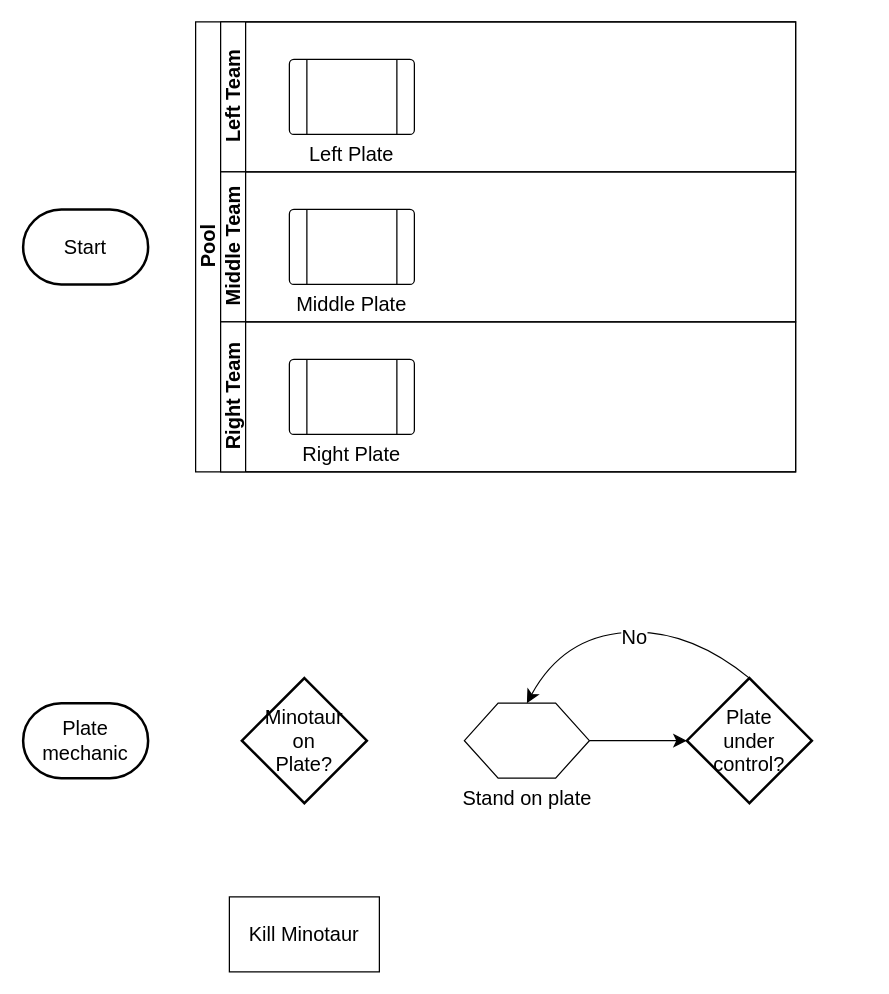
The draw.io diagram docs/Vault of Glass.drawio in Yogarine/grave.world, before the edit. Source tidied: cells renumbered, new cells numbered last; positions are measured from the earlier drawing's top-left corner, leaving out a move shared by most shapes. Both pictures are drawn from the tidied source at 125%, with x=0, y=0 at pixel (22, 21).
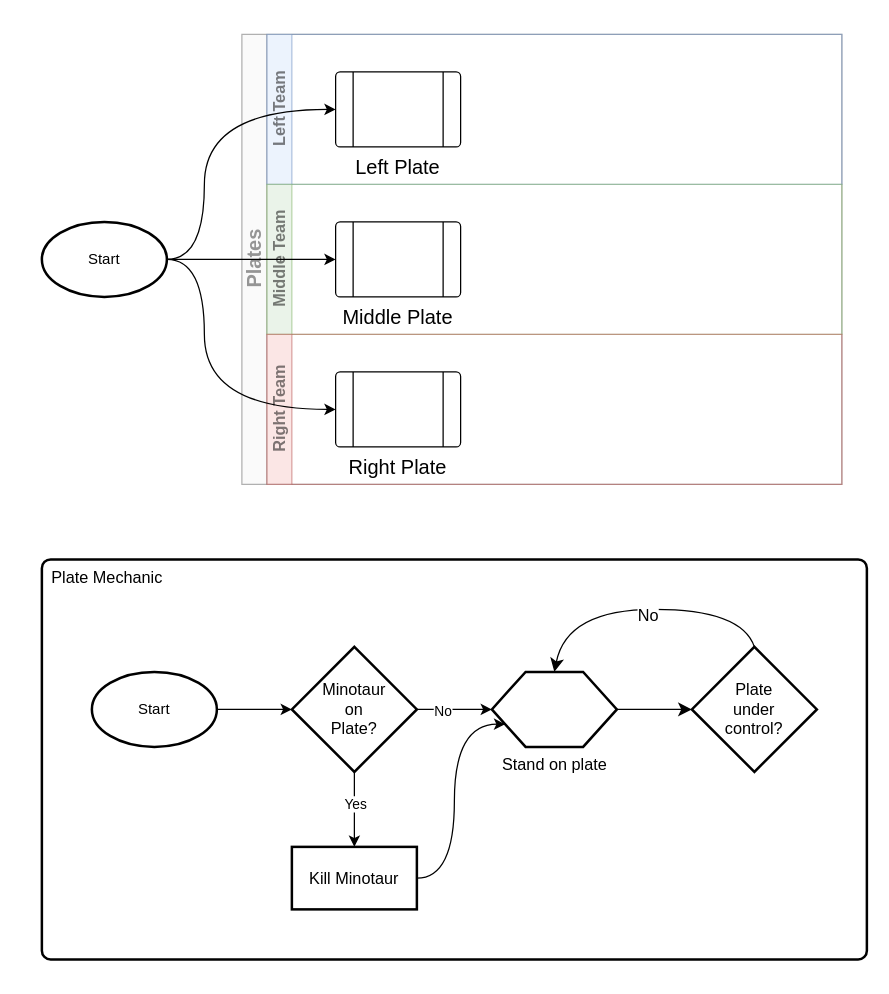
The same page after the edit.

The change refers to these unchanged cells:
```xml
<mxCell id="5" value="Left Plate" style="verticalLabelPosition=bottom;verticalAlign=top;html=1;shape=process;whiteSpace=wrap;rounded=1;size=0.14;arcSize=6;fontSize=16;" parent="4" vertex="1">
  <mxGeometry x="55" y="30" width="100" height="60" as="geometry" />
</mxCell>
<mxCell id="7" value="Middle Plate" style="verticalLabelPosition=bottom;verticalAlign=top;html=1;shape=process;whiteSpace=wrap;rounded=1;size=0.14;arcSize=6;fontSize=16;" parent="6" vertex="1">
  <mxGeometry x="55" y="30" width="100" height="60" as="geometry" />
</mxCell>
<mxCell id="9" value="Right Plate" style="verticalLabelPosition=bottom;verticalAlign=top;html=1;shape=process;whiteSpace=wrap;rounded=1;size=0.14;arcSize=6;fontSize=16;" parent="8" vertex="1">
  <mxGeometry x="55" y="30" width="100" height="60" as="geometry" />
</mxCell>
```

The edit, as a diff of the source:
```diff
@@
-    <mxCell id="2" value="Start" style="strokeWidth=2;html=1;shape=mxgraph.flowchart.terminator;whiteSpace=wrap;fontSize=16;" parent="1" vertex="1">
-      <mxGeometry y="150" width="100" height="60" as="geometry" />
-    </mxCell>
+    <mxCell id="18" value="Plate Mechanic" style="rounded=1;whiteSpace=wrap;html=1;absoluteArcSize=1;arcSize=14;strokeWidth=2;align=left;verticalAlign=top;fontSize=13;spacingLeft=6;" parent="1" vertex="1">
+      <mxGeometry x="15" y="430" width="660" height="320" as="geometry" />
+    </mxCell>
-    <mxCell id="3" value="Pool" style="swimlane;horizontal=0;startSize=20;html=1;fontSize=16;" parent="1" vertex="1">
-      <mxGeometry x="138" width="480" height="360" as="geometry" />
+    <mxCell id="3" value="Plates" style="swimlane;horizontal=0;startSize=20;html=1;fontSize=16;fillColor=#f5f5f5;fontColor=#333333;strokeColor=#666666;opacity=50;textOpacity=50;" parent="1" vertex="1">
+      <mxGeometry x="175" y="10" width="480" height="360" as="geometry" />
     </mxCell>
-    <mxCell id="4" value="Left Team" style="swimlane;startSize=20;horizontal=0;html=1;fontSize=16;" parent="3" vertex="1">
+    <mxCell id="4" value="Left Team" style="swimlane;startSize=20;horizontal=0;html=1;fontSize=13;fillColor=#dae8fc;strokeColor=#6c8ebf;opacity=50;textOpacity=50;" parent="3" vertex="1">
       <mxGeometry x="20" width="460" height="120" as="geometry" />
     </mxCell>
@@
-    <mxCell id="6" value="Middle Team" style="swimlane;startSize=20;horizontal=0;html=1;fontSize=16;" parent="3" vertex="1">
+    <mxCell id="6" value="Middle Team" style="swimlane;startSize=20;horizontal=0;html=1;fontSize=13;fillColor=#d5e8d4;strokeColor=#82b366;opacity=50;textOpacity=50;" parent="3" vertex="1">
       <mxGeometry x="20" y="120" width="460" height="120" as="geometry" />
     </mxCell>
@@
-    <mxCell id="8" value="Right Team" style="swimlane;startSize=20;horizontal=0;html=1;fontSize=16;" parent="3" vertex="1">
+    <mxCell id="8" value="Right Team" style="swimlane;startSize=20;horizontal=0;html=1;fontSize=13;fillColor=#f8cecc;strokeColor=#b85450;opacity=50;textOpacity=50;" parent="3" vertex="1">
       <mxGeometry x="20" y="240" width="460" height="120" as="geometry" />
     </mxCell>
@@
-    <mxCell id="10" value="Plate mechanic" style="strokeWidth=2;html=1;shape=mxgraph.flowchart.terminator;whiteSpace=wrap;fontSize=16;" parent="1" vertex="1">
-      <mxGeometry y="545" width="100" height="60" as="geometry" />
-    </mxCell>
-    <mxCell id="11" value="Stand on plate" style="verticalLabelPosition=bottom;verticalAlign=top;html=1;shape=hexagon;perimeter=hexagonPerimeter2;arcSize=6;size=0.27;fontSize=16;" parent="1" vertex="1">
-      <mxGeometry x="353" y="545" width="100" height="60" as="geometry" />
+    <mxCell id="11" value="Stand on plate" style="verticalLabelPosition=bottom;verticalAlign=top;html=1;shape=hexagon;perimeter=hexagonPerimeter2;arcSize=6;size=0.27;fontSize=13;strokeWidth=2;" parent="1" vertex="1">
+      <mxGeometry x="375" y="520" width="100" height="60" as="geometry" />
     </mxCell>
+    <mxCell id="19" style="edgeStyle=orthogonalEdgeStyle;rounded=0;jettySize=auto;html=1;exitX=0.5;exitY=1;exitDx=0;exitDy=0;exitPerimeter=0;entryX=0.5;entryY=0;entryDx=0;entryDy=0;" parent="1" edge="1" source="12" target="13">
+      <mxGeometry relative="1" as="geometry" />
+    </mxCell>
+    <mxCell id="20" value="Yes" style="edgeLabel;html=1;align=center;verticalAlign=middle;" parent="19" vertex="1">
+      <mxGeometry x="-0.16" relative="1" as="geometry" />
+    </mxCell>
+    <mxCell id="21" style="edgeStyle=orthogonalEdgeStyle;rounded=0;jettySize=auto;html=1;exitX=1;exitY=0.5;exitDx=0;exitDy=0;exitPerimeter=0;entryX=0;entryY=0.5;entryDx=0;entryDy=0;strokeWidth=1;fontSize=13;" parent="1" edge="1" source="12" target="11">
+      <mxGeometry relative="1" as="geometry" />
+    </mxCell>
+    <mxCell id="22" value="No" style="edgeLabel;html=1;align=center;verticalAlign=middle;" parent="21" vertex="1">
+      <mxGeometry x="-0.34" y="-1" relative="1" as="geometry" />
+    </mxCell>
-    <mxCell id="12" value="Minotaur&lt;br&gt;on&lt;br&gt;Plate?" style="strokeWidth=2;html=1;shape=mxgraph.flowchart.decision;whiteSpace=wrap;fontSize=16;" parent="1" vertex="1">
-      <mxGeometry x="175" y="525" width="100" height="100" as="geometry" />
+    <mxCell id="12" value="Minotaur&lt;br style=&quot;font-size: 13px;&quot;&gt;on&lt;br style=&quot;font-size: 13px;&quot;&gt;Plate?" style="strokeWidth=2;html=1;shape=mxgraph.flowchart.decision;whiteSpace=wrap;fontSize=13;" parent="1" vertex="1">
+      <mxGeometry x="215" y="500" width="100" height="100" as="geometry" />
     </mxCell>
+    <mxCell id="23" style="edgeStyle=orthogonalEdgeStyle;jettySize=auto;html=1;exitX=1;exitY=0.5;exitDx=0;exitDy=0;entryX=0;entryY=0.75;entryDx=0;entryDy=0;curved=1;" parent="1" edge="1" source="13" target="11">
+      <mxGeometry relative="1" as="geometry">
+        <Array as="points">
+          <mxPoint x="345" y="685" />
+          <mxPoint x="345" y="562" />
+        </Array>
+      </mxGeometry>
+    </mxCell>
-    <mxCell id="13" value="Kill Minotaur" style="rounded=0;whiteSpace=wrap;html=1;fontSize=16;" parent="1" vertex="1">
-      <mxGeometry x="165" y="700" width="120" height="60" as="geometry" />
+    <mxCell id="13" value="Kill Minotaur" style="rounded=0;whiteSpace=wrap;html=1;fontSize=13;strokeWidth=2;" parent="1" vertex="1">
+      <mxGeometry x="215" y="660" width="100" height="50" as="geometry" />
     </mxCell>
-    <mxCell id="14" value="Plate&lt;br&gt;under&lt;br&gt;control?" style="strokeWidth=2;html=1;shape=mxgraph.flowchart.decision;whiteSpace=wrap;fontSize=16;direction=west;" parent="1" vertex="1">
-      <mxGeometry x="531" y="525" width="100" height="100" as="geometry" />
+    <mxCell id="14" value="Plate&lt;br style=&quot;font-size: 13px;&quot;&gt;under&lt;br style=&quot;font-size: 13px;&quot;&gt;control?" style="strokeWidth=2;html=1;shape=mxgraph.flowchart.decision;whiteSpace=wrap;fontSize=13;direction=west;" parent="1" vertex="1">
+      <mxGeometry x="535" y="500" width="100" height="100" as="geometry" />
     </mxCell>
@@
     <mxCell id="16" style="endArrow=classic;html=1;rounded=0;fontSize=12;startSize=8;endSize=8;curved=1;exitX=0.5;exitY=1;exitDx=0;exitDy=0;exitPerimeter=0;entryX=0.5;entryY=0;entryDx=0;entryDy=0;" parent="1" edge="1" source="14" target="11">
       <mxGeometry relative="1" as="geometry">
         <Array as="points">
-          <mxPoint x="532" y="485" />
-          <mxPoint x="432" y="492" />
+          <mxPoint x="575" y="470" />
+          <mxPoint x="435" y="470" />
         </Array>
       </mxGeometry>
     </mxCell>
-    <mxCell id="17" value="No" style="edgeLabel;html=1;align=center;verticalAlign=middle;fontSize=16;" parent="16" vertex="1">
+    <mxCell id="17" value="&lt;font style=&quot;font-size: 13px;&quot;&gt;No&lt;/font&gt;" style="edgeLabel;html=1;align=center;verticalAlign=middle;fontSize=16;" parent="16" vertex="1">
       <mxGeometry x="-0.04" y="3" relative="1" as="geometry" />
     </mxCell>
+    <mxCell id="24" style="edgeStyle=orthogonalEdgeStyle;rounded=0;jettySize=auto;html=1;exitX=1;exitY=0.5;exitDx=0;exitDy=0;exitPerimeter=0;entryX=0;entryY=0.5;entryDx=0;entryDy=0;entryPerimeter=0;" parent="1" edge="1" source="25" target="12">
+      <mxGeometry relative="1" as="geometry" />
+    </mxCell>
+    <mxCell id="25" value="Start" style="strokeWidth=2;html=1;shape=mxgraph.flowchart.start_1;whiteSpace=wrap;" parent="1" vertex="1">
+      <mxGeometry x="55" y="520" width="100" height="60" as="geometry" />
+    </mxCell>
+    <mxCell id="26" style="edgeStyle=orthogonalEdgeStyle;jettySize=auto;html=1;exitX=1;exitY=0.5;exitDx=0;exitDy=0;exitPerimeter=0;entryX=0;entryY=0.5;entryDx=0;entryDy=0;curved=1;" parent="1" edge="1" source="29" target="5">
+      <mxGeometry relative="1" as="geometry">
+        <Array as="points">
+          <mxPoint x="145" y="190" />
+          <mxPoint x="145" y="70" />
+        </Array>
+      </mxGeometry>
+    </mxCell>
+    <mxCell id="27" style="edgeStyle=orthogonalEdgeStyle;jettySize=auto;html=1;exitX=1;exitY=0.5;exitDx=0;exitDy=0;exitPerimeter=0;entryX=0;entryY=0.5;entryDx=0;entryDy=0;curved=1;" parent="1" edge="1" source="29" target="9">
+      <mxGeometry relative="1" as="geometry">
+        <Array as="points">
+          <mxPoint x="145" y="190" />
+          <mxPoint x="145" y="310" />
+        </Array>
+      </mxGeometry>
+    </mxCell>
+    <mxCell id="28" style="edgeStyle=orthogonalEdgeStyle;rounded=0;jettySize=auto;html=1;exitX=1;exitY=0.5;exitDx=0;exitDy=0;exitPerimeter=0;entryX=0;entryY=0.5;entryDx=0;entryDy=0;" parent="1" edge="1" source="29" target="7">
+      <mxGeometry relative="1" as="geometry" />
+    </mxCell>
+    <mxCell id="29" value="Start" style="strokeWidth=2;html=1;shape=mxgraph.flowchart.start_1;whiteSpace=wrap;" parent="1" vertex="1">
+      <mxGeometry x="15" y="160" width="100" height="60" as="geometry" />
+    </mxCell>
```
